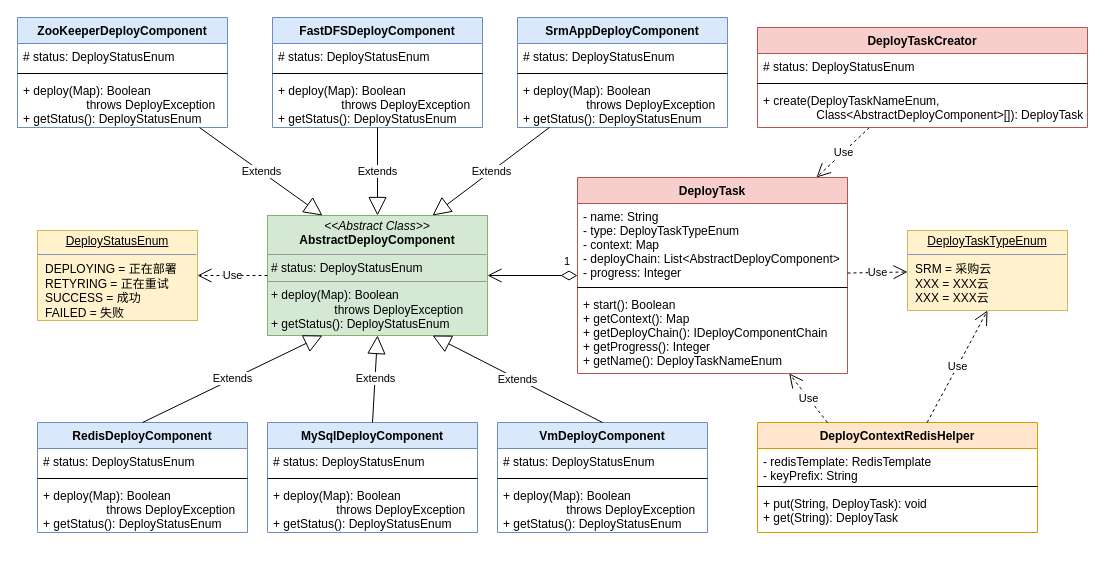
This is page "类图" (1 of 3) of SAAS自动部署.drawio from iceAcmen/myDesign, a draw.io file, before an edit. Source tidied: cells renumbered, new cells numbered last; positions are measured from the earlier drawing's top-left corner, leaving out a move shared by most shapes. Both pictures are drawn from the tidied source at 100%, with x=0, y=0 at pixel (17, 17).
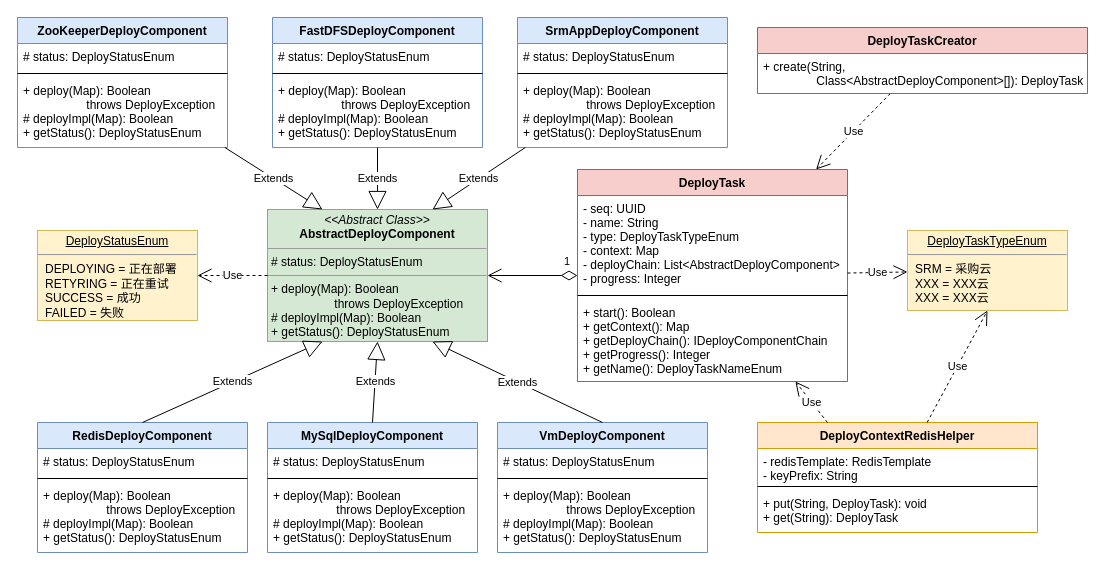
The same diagram, later.

What changed in the source:
```diff
@@
-    <mxCell id="2" value="&lt;p style=&quot;margin: 0px ; margin-top: 4px ; text-align: center&quot;&gt;&lt;i&gt;&amp;lt;&amp;lt;Abstract Class&amp;gt;&amp;gt;&lt;/i&gt;&lt;br&gt;&lt;b&gt;AbstractDeployComponent&lt;/b&gt;&lt;br&gt;&lt;/p&gt;&lt;hr size=&quot;1&quot;&gt;&lt;p style=&quot;margin: 0px ; margin-left: 4px&quot;&gt;# status: DeployStatusEnum&lt;br&gt;&lt;/p&gt;&lt;hr size=&quot;1&quot;&gt;&lt;p style=&quot;margin: 0px ; margin-left: 4px&quot;&gt;+ deploy(Map): Boolean&lt;/p&gt;&lt;p style=&quot;margin: 0px ; margin-left: 4px&quot;&gt;&amp;nbsp; &amp;nbsp; &amp;nbsp; &amp;nbsp; &amp;nbsp; &amp;nbsp; &amp;nbsp; &amp;nbsp; &amp;nbsp; &amp;nbsp;throws DeployException&lt;/p&gt;&lt;p style=&quot;margin: 0px ; margin-left: 4px&quot;&gt;+ getStatus(): DeployStatusEnum&lt;/p&gt;" style="verticalAlign=top;align=left;overflow=fill;fontSize=12;fontFamily=Helvetica;html=1;fillColor=#d5e8d4;strokeColor=#82b366;" parent="1" vertex="1">
-      <mxGeometry x="250" y="198" width="220" height="120" as="geometry" />
+    <mxCell id="2" value="&lt;p style=&quot;margin: 0px ; margin-top: 4px ; text-align: center&quot;&gt;&lt;i&gt;&amp;lt;&amp;lt;Abstract Class&amp;gt;&amp;gt;&lt;/i&gt;&lt;br&gt;&lt;b&gt;AbstractDeployComponent&lt;/b&gt;&lt;br&gt;&lt;/p&gt;&lt;hr size=&quot;1&quot;&gt;&lt;p style=&quot;margin: 0px ; margin-left: 4px&quot;&gt;# status: DeployStatusEnum&lt;br&gt;&lt;/p&gt;&lt;hr size=&quot;1&quot;&gt;&lt;p style=&quot;margin: 0px ; margin-left: 4px&quot;&gt;+ deploy(Map): Boolean&lt;/p&gt;&lt;p style=&quot;margin: 0px ; margin-left: 4px&quot;&gt;&amp;nbsp; &amp;nbsp; &amp;nbsp; &amp;nbsp; &amp;nbsp; &amp;nbsp; &amp;nbsp; &amp;nbsp; &amp;nbsp; &amp;nbsp;throws DeployException&lt;/p&gt;&lt;p style=&quot;margin: 0px ; margin-left: 4px&quot;&gt;# deployImpl(Map): Boolean&lt;/p&gt;&lt;p style=&quot;margin: 0px ; margin-left: 4px&quot;&gt;+ getStatus(): DeployStatusEnum&lt;/p&gt;" style="verticalAlign=top;align=left;overflow=fill;fontSize=12;fontFamily=Helvetica;html=1;fillColor=#d5e8d4;strokeColor=#82b366;" parent="1" vertex="1">
+      <mxGeometry x="250" y="192" width="220" height="132" as="geometry" />
     </mxCell>
     <mxCell id="3" value="VmDeployComponent" style="swimlane;fontStyle=1;align=center;verticalAlign=top;horizontal=1;startSize=26;fillColor=#dae8fc;strokeColor=#6c8ebf;" parent="1" vertex="1">
-      <mxGeometry x="480" y="405" width="210" height="110" as="geometry" />
+      <mxGeometry x="480" y="405" width="210" height="130" as="geometry" />
     </mxCell>
@@
-    <mxCell id="6" value="+ deploy(Map): Boolean&#10;                   throws DeployException&#10;+ getStatus(): DeployStatusEnum" style="text;strokeColor=none;fillColor=none;align=left;verticalAlign=top;spacingLeft=4;spacingRight=4;overflow=hidden;" parent="3" vertex="1">
-      <mxGeometry y="60" width="210" height="50" as="geometry" />
+    <mxCell id="6" value="+ deploy(Map): Boolean&#10;                   throws DeployException&#10;# deployImpl(Map): Boolean&#10;+ getStatus(): DeployStatusEnum" style="text;strokeColor=none;fillColor=none;align=left;verticalAlign=top;spacingLeft=4;spacingRight=4;overflow=hidden;" parent="3" vertex="1">
+      <mxGeometry y="60" width="210" height="70" as="geometry" />
     </mxCell>
@@
     <mxCell id="10" value="DeployTask" style="swimlane;fontStyle=1;align=center;verticalAlign=top;horizontal=1;startSize=26;fillColor=#f8cecc;strokeColor=#b85450;" parent="1" vertex="1">
-      <mxGeometry x="560" y="160" width="270" height="196" as="geometry" />
+      <mxGeometry x="560" y="152" width="270" height="212" as="geometry" />
     </mxCell>
-    <mxCell id="11" value="- name: String&#10;- type: DeployTaskTypeEnum&#10;- context: Map&#10;- deployChain: List&lt;AbstractDeployComponent&gt;&#10;- progress: Integer" style="text;strokeColor=none;fillColor=none;align=left;verticalAlign=top;spacingLeft=4;spacingRight=4;overflow=hidden;" parent="10" vertex="1">
-      <mxGeometry y="26" width="270" height="80" as="geometry" />
+    <mxCell id="11" value="- seq: UUID&#10;- name: String&#10;- type: DeployTaskTypeEnum&#10;- context: Map&#10;- deployChain: List&lt;AbstractDeployComponent&gt;&#10;- progress: Integer" style="text;strokeColor=none;fillColor=none;align=left;verticalAlign=top;spacingLeft=4;spacingRight=4;overflow=hidden;" parent="10" vertex="1">
+      <mxGeometry y="26" width="270" height="96" as="geometry" />
     </mxCell>
     <mxCell id="12" style="line;strokeWidth=1;fillColor=none;align=left;verticalAlign=middle;spacingTop=-1;spacingLeft=3;spacingRight=3;labelPosition=right;" parent="10" vertex="1">
-      <mxGeometry y="106" width="270" height="8" as="geometry" />
+      <mxGeometry y="122" width="270" height="8" as="geometry" />
     </mxCell>
     <mxCell id="13" value="+ start(): Boolean&#10;+ getContext(): Map&#10;+ getDeployChain(): IDeployComponentChain&#10;+ getProgress(): Integer&#10;+ getName(): DeployTaskNameEnum" style="text;strokeColor=none;fillColor=none;align=left;verticalAlign=top;spacingLeft=4;spacingRight=4;overflow=hidden;" parent="10" vertex="1">
-      <mxGeometry y="114" width="270" height="82" as="geometry" />
+      <mxGeometry y="130" width="270" height="82" as="geometry" />
     </mxCell>
@@
     <mxCell id="23" value="MySqlDeployComponent" style="swimlane;fontStyle=1;align=center;verticalAlign=top;horizontal=1;startSize=26;fillColor=#dae8fc;strokeColor=#6c8ebf;" parent="1" vertex="1">
-      <mxGeometry x="250" y="405" width="210" height="110" as="geometry" />
+      <mxGeometry x="250" y="405" width="210" height="130" as="geometry" />
     </mxCell>
@@
-    <mxCell id="26" value="+ deploy(Map): Boolean&#10;                   throws DeployException&#10;+ getStatus(): DeployStatusEnum" style="text;strokeColor=none;fillColor=none;align=left;verticalAlign=top;spacingLeft=4;spacingRight=4;overflow=hidden;" parent="23" vertex="1">
-      <mxGeometry y="60" width="210" height="50" as="geometry" />
+    <mxCell id="26" value="+ deploy(Map): Boolean&#10;                   throws DeployException&#10;# deployImpl(Map): Boolean&#10;+ getStatus(): DeployStatusEnum" style="text;strokeColor=none;fillColor=none;align=left;verticalAlign=top;spacingLeft=4;spacingRight=4;overflow=hidden;" parent="23" vertex="1">
+      <mxGeometry y="60" width="210" height="70" as="geometry" />
     </mxCell>
     <mxCell id="27" value="RedisDeployComponent" style="swimlane;fontStyle=1;align=center;verticalAlign=top;horizontal=1;startSize=26;fillColor=#dae8fc;strokeColor=#6c8ebf;" parent="1" vertex="1">
-      <mxGeometry x="20" y="405" width="210" height="110" as="geometry" />
+      <mxGeometry x="20" y="405" width="210" height="130" as="geometry" />
     </mxCell>
@@
-    <mxCell id="30" value="+ deploy(Map): Boolean&#10;                   throws DeployException&#10;+ getStatus(): DeployStatusEnum" style="text;strokeColor=none;fillColor=none;align=left;verticalAlign=top;spacingLeft=4;spacingRight=4;overflow=hidden;" parent="27" vertex="1">
-      <mxGeometry y="60" width="210" height="50" as="geometry" />
+    <mxCell id="30" value="+ deploy(Map): Boolean&#10;                   throws DeployException&#10;# deployImpl(Map): Boolean&#10;+ getStatus(): DeployStatusEnum" style="text;strokeColor=none;fillColor=none;align=left;verticalAlign=top;spacingLeft=4;spacingRight=4;overflow=hidden;" parent="27" vertex="1">
+      <mxGeometry y="60" width="210" height="70" as="geometry" />
     </mxCell>
     <mxCell id="31" value="ZooKeeperDeployComponent" style="swimlane;fontStyle=1;align=center;verticalAlign=top;horizontal=1;startSize=26;fillColor=#dae8fc;strokeColor=#6c8ebf;" parent="1" vertex="1">
-      <mxGeometry width="210" height="110" as="geometry" />
+      <mxGeometry width="210" height="130" as="geometry" />
     </mxCell>
@@
-    <mxCell id="34" value="+ deploy(Map): Boolean&#10;                   throws DeployException&#10;+ getStatus(): DeployStatusEnum" style="text;strokeColor=none;fillColor=none;align=left;verticalAlign=top;spacingLeft=4;spacingRight=4;overflow=hidden;" parent="31" vertex="1">
-      <mxGeometry y="60" width="210" height="50" as="geometry" />
+    <mxCell id="34" value="+ deploy(Map): Boolean&#10;                   throws DeployException&#10;# deployImpl(Map): Boolean&#10;+ getStatus(): DeployStatusEnum" style="text;strokeColor=none;fillColor=none;align=left;verticalAlign=top;spacingLeft=4;spacingRight=4;overflow=hidden;" parent="31" vertex="1">
+      <mxGeometry y="60" width="210" height="70" as="geometry" />
     </mxCell>
     <mxCell id="35" value="FastDFSDeployComponent" style="swimlane;fontStyle=1;align=center;verticalAlign=top;horizontal=1;startSize=26;fillColor=#dae8fc;strokeColor=#6c8ebf;" parent="1" vertex="1">
-      <mxGeometry x="255" width="210" height="110" as="geometry" />
+      <mxGeometry x="255" width="210" height="130" as="geometry" />
     </mxCell>
@@
-    <mxCell id="38" value="+ deploy(Map): Boolean&#10;                   throws DeployException&#10;+ getStatus(): DeployStatusEnum" style="text;strokeColor=none;fillColor=none;align=left;verticalAlign=top;spacingLeft=4;spacingRight=4;overflow=hidden;" parent="35" vertex="1">
-      <mxGeometry y="60" width="210" height="50" as="geometry" />
+    <mxCell id="38" value="+ deploy(Map): Boolean&#10;                   throws DeployException&#10;# deployImpl(Map): Boolean&#10;+ getStatus(): DeployStatusEnum" style="text;strokeColor=none;fillColor=none;align=left;verticalAlign=top;spacingLeft=4;spacingRight=4;overflow=hidden;" parent="35" vertex="1">
+      <mxGeometry y="60" width="210" height="70" as="geometry" />
     </mxCell>
     <mxCell id="39" value="SrmAppDeployComponent" style="swimlane;fontStyle=1;align=center;verticalAlign=top;horizontal=1;startSize=26;fillColor=#dae8fc;strokeColor=#6c8ebf;" parent="1" vertex="1">
-      <mxGeometry x="500" width="210" height="110" as="geometry" />
+      <mxGeometry x="500" width="210" height="130" as="geometry" />
     </mxCell>
@@
-    <mxCell id="42" value="+ deploy(Map): Boolean&#10;                   throws DeployException&#10;+ getStatus(): DeployStatusEnum" style="text;strokeColor=none;fillColor=none;align=left;verticalAlign=top;spacingLeft=4;spacingRight=4;overflow=hidden;" parent="39" vertex="1">
-      <mxGeometry y="60" width="210" height="50" as="geometry" />
+    <mxCell id="42" value="+ deploy(Map): Boolean&#10;                   throws DeployException&#10;# deployImpl(Map): Boolean&#10;+ getStatus(): DeployStatusEnum" style="text;strokeColor=none;fillColor=none;align=left;verticalAlign=top;spacingLeft=4;spacingRight=4;overflow=hidden;" parent="39" vertex="1">
+      <mxGeometry y="60" width="210" height="70" as="geometry" />
     </mxCell>
@@
     <mxCell id="49" value="DeployTaskCreator" style="swimlane;fontStyle=1;align=center;verticalAlign=top;horizontal=1;startSize=26;fillColor=#f8cecc;strokeColor=#b85450;" parent="1" vertex="1">
-      <mxGeometry x="740" y="10" width="330" height="100" as="geometry" />
+      <mxGeometry x="740" y="10" width="330" height="66" as="geometry" />
     </mxCell>
-    <mxCell id="50" value="# status: DeployStatusEnum" style="text;strokeColor=none;fillColor=none;align=left;verticalAlign=top;spacingLeft=4;spacingRight=4;overflow=hidden;" parent="49" vertex="1">
-      <mxGeometry y="26" width="330" height="26" as="geometry" />
-    </mxCell>
-    <mxCell id="51" style="line;strokeWidth=1;fillColor=none;align=left;verticalAlign=middle;spacingTop=-1;spacingLeft=3;spacingRight=3;labelPosition=right;" parent="49" vertex="1">
-      <mxGeometry y="52" width="330" height="8" as="geometry" />
-    </mxCell>
-    <mxCell id="52" value="+ create(DeployTaskNameEnum, &#10;                Class&lt;AbstractDeployComponent&gt;[]): DeployTask" style="text;strokeColor=none;fillColor=none;align=left;verticalAlign=top;spacingLeft=4;spacingRight=4;overflow=hidden;" parent="49" vertex="1">
-      <mxGeometry y="60" width="330" height="40" as="geometry" />
+    <mxCell id="52" value="+ create(String, &#10;                Class&lt;AbstractDeployComponent&gt;[]): DeployTask" style="text;strokeColor=none;fillColor=none;align=left;verticalAlign=top;spacingLeft=4;spacingRight=4;overflow=hidden;" parent="49" vertex="1">
+      <mxGeometry y="26" width="330" height="40" as="geometry" />
     </mxCell>
```
